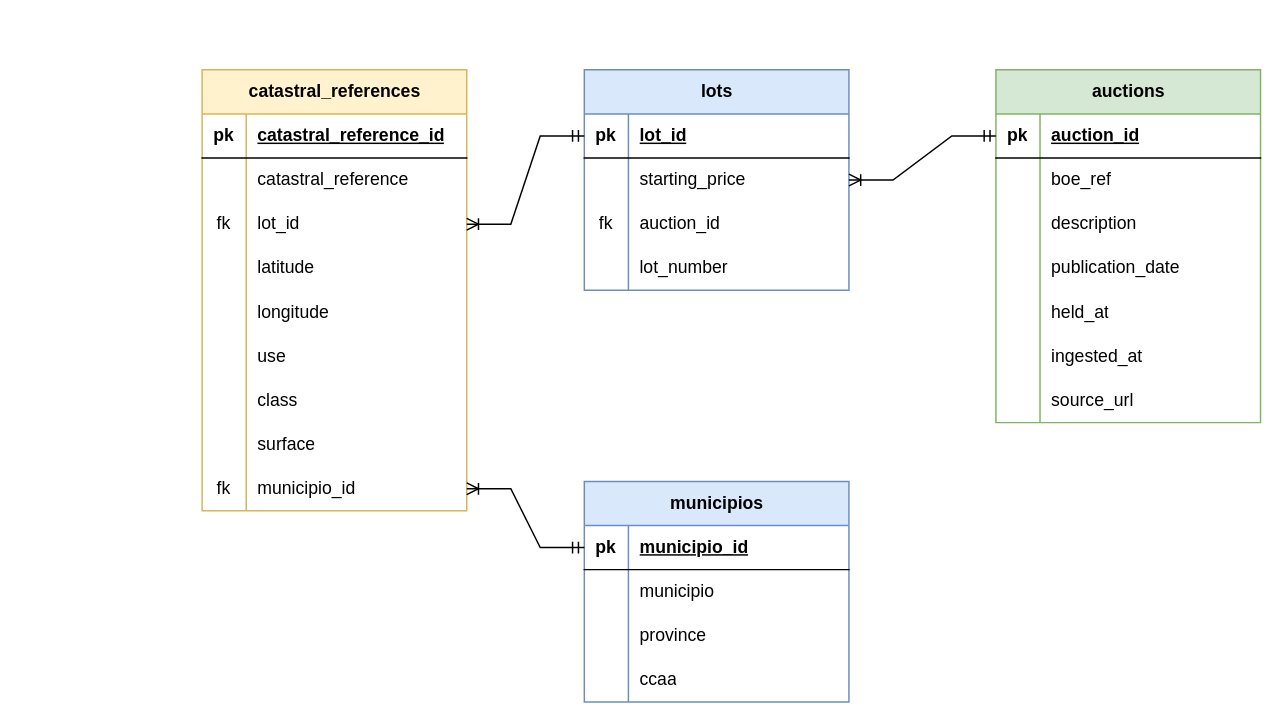
MiguelDonado/subastas_analytics keeps this draw.io diagram as data_modeling/silver/OLTP_E-R.drawio. Above is the earlier version. Source tidied: cells renumbered, new cells numbered last; positions are measured from the earlier drawing's top-left corner, leaving out a move shared by most shapes. Both pictures are drawn from the tidied source at 147%, with x=0, y=0 at pixel (201, 69).
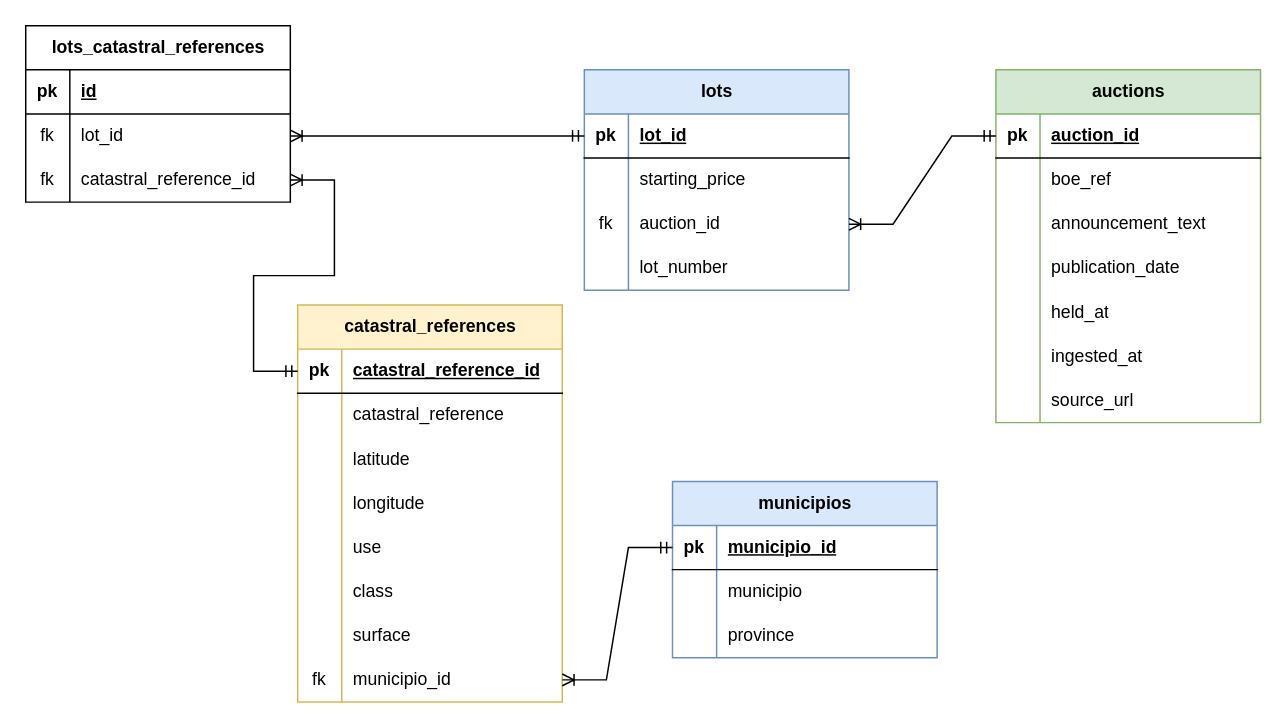
Above is the later version.

Unchanged cells that the change refers to:
```xml
<mxCell id="3" style="shape=tableRow;horizontal=0;startSize=0;swimlaneHead=0;swimlaneBody=0;fillColor=none;points=[[0,0.5],[1,0.5]];portConstraint=eastwest;top=0;left=0;right=0;bottom=1;" parent="2" vertex="1">
  <mxGeometry y="30" width="180" height="30" as="geometry" />
</mxCell>
<mxCell id="9" style="shape=tableRow;horizontal=0;startSize=0;swimlaneHead=0;swimlaneBody=0;fillColor=none;top=0;left=0;right=0;bottom=0;" parent="2" vertex="1">
  <mxGeometry y="90" width="180" height="30" as="geometry" />
</mxCell>
<mxCell id="25" style="shape=tableRow;horizontal=0;startSize=0;swimlaneHead=0;swimlaneBody=0;fillColor=none;points=[[0,0.5],[1,0.5]];portConstraint=eastwest;top=0;left=0;right=0;bottom=1;" parent="24" vertex="1">
  <mxGeometry y="30" width="180" height="30" as="geometry" />
</mxCell>
<mxCell id="28" style="shape=tableRow;horizontal=0;startSize=0;swimlaneHead=0;swimlaneBody=0;fillColor=none;points=[[0,0.5],[1,0.5]];portConstraint=eastwest;top=0;left=0;right=0;bottom=0;" parent="24" vertex="1">
  <mxGeometry y="60" width="180" height="30" as="geometry" />
</mxCell>
<mxCell id="31" style="shape=tableRow;horizontal=0;startSize=0;swimlaneHead=0;swimlaneBody=0;fillColor=none;points=[[0,0.5],[1,0.5]];portConstraint=eastwest;top=0;left=0;right=0;bottom=0;" parent="24" vertex="1">
  <mxGeometry y="90" width="180" height="30" as="geometry" />
</mxCell>
<mxCell id="52" style="shape=tableRow;horizontal=0;startSize=0;swimlaneHead=0;swimlaneBody=0;fillColor=none;points=[[0,0.5],[1,0.5]];portConstraint=eastwest;top=0;left=0;right=0;bottom=1;" parent="51" vertex="1">
  <mxGeometry y="30" width="180" height="30" as="geometry" />
</mxCell>
```

What changed in the source:
```diff
@@
-    <mxCell id="11" value="description" style="shape=partialRectangle;fillColor=none;top=0;left=0;bottom=0;right=0;align=left;spacingLeft=6;overflow=hidden;whiteSpace=wrap;html=1;" parent="9" vertex="1">
+    <mxCell id="11" value="announcement_text" style="shape=partialRectangle;fillColor=none;top=0;left=0;bottom=0;right=0;align=left;spacingLeft=6;overflow=hidden;whiteSpace=wrap;html=1;" parent="9" vertex="1">
       <mxGeometry x="30" width="150" height="30" as="geometry" />
     </mxCell>
@@
-    <mxCell id="37" style="edgeStyle=entityRelationEdgeStyle;fontSize=12;html=1;endArrow=ERoneToMany;startArrow=ERmandOne;rounded=0;defaultLabelBackgroundColor=page;entryX=1;entryY=0.5;entryDx=0;entryDy=0;exitX=0;exitY=0.5;exitDx=0;exitDy=0;" parent="1" edge="1" source="3" target="28">
+    <mxCell id="37" style="edgeStyle=entityRelationEdgeStyle;fontSize=12;html=1;endArrow=ERoneToMany;startArrow=ERmandOne;rounded=0;defaultLabelBackgroundColor=page;entryX=1;entryY=0.5;entryDx=0;entryDy=0;exitX=0;exitY=0.5;exitDx=0;exitDy=0;" parent="1" edge="1" source="3" target="31">
       <mxGeometry x="0.05" relative="1" as="geometry" />
     </mxCell>
     <mxCell id="38" value="municipios" style="shape=table;startSize=30;childLayout=tableLayout;rowLines=0;fontStyle=1;align=center;html=1;fillColor=#dae8fc;strokeColor=#6c8ebf;" parent="1" vertex="1">
-      <mxGeometry x="260" y="280" width="180" height="150" as="geometry" />
+      <mxGeometry x="320" y="280" width="180" height="120" as="geometry" />
     </mxCell>
@@
-    <mxCell id="48" style="shape=tableRow;horizontal=0;startSize=0;swimlaneHead=0;swimlaneBody=0;fillColor=none;top=0;left=0;right=0;bottom=0;" parent="38" vertex="1">
-      <mxGeometry y="120" width="180" height="30" as="geometry" />
-    </mxCell>
-    <mxCell id="49" style="shape=partialRectangle;fillColor=none;top=0;left=0;bottom=0;right=0;overflow=hidden;whiteSpace=wrap;html=1;" parent="48" vertex="1">
-      <mxGeometry width="30" height="30" as="geometry" />
-    </mxCell>
-    <mxCell id="50" value="ccaa" style="shape=partialRectangle;fillColor=none;top=0;left=0;bottom=0;right=0;align=left;spacingLeft=6;overflow=hidden;whiteSpace=wrap;html=1;" parent="48" vertex="1">
-      <mxGeometry x="30" width="150" height="30" as="geometry" />
-    </mxCell>
     <mxCell id="51" value="catastral_references" style="shape=table;startSize=30;childLayout=tableLayout;rowLines=0;fontStyle=1;align=center;html=1;fillColor=#fff2cc;strokeColor=#d6b656;" parent="1" vertex="1">
-      <mxGeometry width="180" height="300" as="geometry" />
+      <mxGeometry x="65" y="160" width="180" height="270" as="geometry" />
     </mxCell>
@@
-    <mxCell id="58" style="shape=tableRow;horizontal=0;startSize=0;swimlaneHead=0;swimlaneBody=0;fillColor=none;points=[[0,0.5],[1,0.5]];portConstraint=eastwest;top=0;left=0;right=0;bottom=0;" parent="51" vertex="1">
-      <mxGeometry y="90" width="180" height="30" as="geometry" />
-    </mxCell>
-    <mxCell id="59" value="fk" style="shape=partialRectangle;fillColor=none;top=0;left=0;bottom=0;right=0;overflow=hidden;whiteSpace=wrap;html=1;" parent="58" vertex="1">
-      <mxGeometry width="30" height="30" as="geometry" />
-    </mxCell>
-    <mxCell id="60" value="lot_id" style="shape=partialRectangle;fillColor=none;top=0;left=0;bottom=0;right=0;align=left;spacingLeft=6;overflow=hidden;whiteSpace=wrap;html=1;" parent="58" vertex="1">
-      <mxGeometry x="30" width="150" height="30" as="geometry" />
-    </mxCell>
     <mxCell id="61" style="shape=tableRow;horizontal=0;startSize=0;swimlaneHead=0;swimlaneBody=0;fillColor=none;top=0;left=0;right=0;bottom=0;" parent="51" vertex="1">
-      <mxGeometry y="120" width="180" height="30" as="geometry" />
+      <mxGeometry y="90" width="180" height="30" as="geometry" />
     </mxCell>
@@
     <mxCell id="64" style="shape=tableRow;horizontal=0;startSize=0;swimlaneHead=0;swimlaneBody=0;fillColor=none;top=0;left=0;right=0;bottom=0;" parent="51" vertex="1">
-      <mxGeometry y="150" width="180" height="30" as="geometry" />
+      <mxGeometry y="120" width="180" height="30" as="geometry" />
     </mxCell>
@@
     <mxCell id="67" style="shape=tableRow;horizontal=0;startSize=0;swimlaneHead=0;swimlaneBody=0;fillColor=none;top=0;left=0;right=0;bottom=0;" parent="51" vertex="1">
-      <mxGeometry y="180" width="180" height="30" as="geometry" />
+      <mxGeometry y="150" width="180" height="30" as="geometry" />
     </mxCell>
@@
     <mxCell id="70" style="shape=tableRow;horizontal=0;startSize=0;swimlaneHead=0;swimlaneBody=0;fillColor=none;top=0;left=0;right=0;bottom=0;" parent="51" vertex="1">
-      <mxGeometry y="210" width="180" height="30" as="geometry" />
+      <mxGeometry y="180" width="180" height="30" as="geometry" />
     </mxCell>
@@
     <mxCell id="73" style="shape=tableRow;horizontal=0;startSize=0;swimlaneHead=0;swimlaneBody=0;fillColor=none;top=0;left=0;right=0;bottom=0;" parent="51" vertex="1">
-      <mxGeometry y="240" width="180" height="30" as="geometry" />
+      <mxGeometry y="210" width="180" height="30" as="geometry" />
     </mxCell>
@@
     <mxCell id="76" style="shape=tableRow;horizontal=0;startSize=0;swimlaneHead=0;swimlaneBody=0;fillColor=none;points=[[0,0.5],[1,0.5]];portConstraint=eastwest;top=0;left=0;right=0;bottom=0;" parent="51" vertex="1">
-      <mxGeometry y="270" width="180" height="30" as="geometry" />
+      <mxGeometry y="240" width="180" height="30" as="geometry" />
     </mxCell>
@@
-    <mxCell id="80" style="edgeStyle=entityRelationEdgeStyle;fontSize=12;html=1;endArrow=ERoneToMany;startArrow=ERmandOne;rounded=0;defaultLabelBackgroundColor=page;exitX=0;exitY=0.5;exitDx=0;exitDy=0;" parent="1" edge="1" source="25" target="58">
+    <mxCell id="80" style="edgeStyle=entityRelationEdgeStyle;fontSize=12;html=1;endArrow=ERoneToMany;startArrow=ERmandOne;rounded=0;defaultLabelBackgroundColor=page;exitX=0;exitY=0.5;exitDx=0;exitDy=0;entryX=1;entryY=0.5;entryDx=0;entryDy=0;" parent="1" edge="1" source="25" target="85">
       <mxGeometry x="0.05" relative="1" as="geometry" />
     </mxCell>
+    <mxCell id="81" value="lots_catastral_references" style="shape=table;startSize=30;childLayout=tableLayout;rowLines=0;fontStyle=1;align=center;html=1;" parent="1" vertex="1">
+      <mxGeometry x="-120" y="-30" width="180" height="120" as="geometry" />
+    </mxCell>
+    <mxCell id="82" style="shape=tableRow;horizontal=0;startSize=0;swimlaneHead=0;swimlaneBody=0;fillColor=none;top=0;left=0;right=0;bottom=1;" parent="81" vertex="1">
+      <mxGeometry y="30" width="180" height="30" as="geometry" />
+    </mxCell>
+    <mxCell id="83" value="pk" style="shape=partialRectangle;fillColor=none;top=0;left=0;bottom=0;right=0;fontStyle=1;overflow=hidden;whiteSpace=wrap;html=1;" parent="82" vertex="1">
+      <mxGeometry width="30" height="30" as="geometry" />
+    </mxCell>
+    <mxCell id="84" value="id" style="shape=partialRectangle;fillColor=none;top=0;left=0;bottom=0;right=0;align=left;spacingLeft=6;fontStyle=5;overflow=hidden;whiteSpace=wrap;html=1;" parent="82" vertex="1">
+      <mxGeometry x="30" width="150" height="30" as="geometry" />
+    </mxCell>
+    <mxCell id="85" style="shape=tableRow;horizontal=0;startSize=0;swimlaneHead=0;swimlaneBody=0;fillColor=none;points=[[0,0.5],[1,0.5]];portConstraint=eastwest;top=0;left=0;right=0;bottom=0;" parent="81" vertex="1">
+      <mxGeometry y="60" width="180" height="30" as="geometry" />
+    </mxCell>
+    <mxCell id="86" value="fk" style="shape=partialRectangle;fillColor=none;top=0;left=0;bottom=0;right=0;overflow=hidden;whiteSpace=wrap;html=1;" parent="85" vertex="1">
+      <mxGeometry width="30" height="30" as="geometry" />
+    </mxCell>
+    <mxCell id="60" value="lot_id" style="shape=partialRectangle;fillColor=none;top=0;left=0;bottom=0;right=0;align=left;spacingLeft=6;overflow=hidden;whiteSpace=wrap;html=1;" parent="85" vertex="1">
+      <mxGeometry x="30" width="150" height="30" as="geometry" />
+    </mxCell>
+    <mxCell id="58" style="shape=tableRow;horizontal=0;startSize=0;swimlaneHead=0;swimlaneBody=0;fillColor=none;points=[[0,0.5],[1,0.5]];portConstraint=eastwest;top=0;left=0;right=0;bottom=0;" parent="81" vertex="1">
+      <mxGeometry y="90" width="180" height="30" as="geometry" />
+    </mxCell>
+    <mxCell id="87" value="fk" style="shape=partialRectangle;fillColor=none;top=0;left=0;bottom=0;right=0;overflow=hidden;whiteSpace=wrap;html=1;" parent="58" vertex="1">
+      <mxGeometry width="30" height="30" as="geometry" />
+    </mxCell>
+    <mxCell id="88" value="catastral_reference_id" style="shape=partialRectangle;fillColor=none;top=0;left=0;bottom=0;right=0;align=left;spacingLeft=6;overflow=hidden;whiteSpace=wrap;html=1;" parent="58" vertex="1">
+      <mxGeometry x="30" width="150" height="30" as="geometry" />
+    </mxCell>
+    <mxCell id="89" style="edgeStyle=entityRelationEdgeStyle;fontSize=12;html=1;endArrow=ERoneToMany;startArrow=ERmandOne;rounded=0;defaultLabelBackgroundColor=page;entryX=1;entryY=0.5;entryDx=0;entryDy=0;exitX=0;exitY=0.5;exitDx=0;exitDy=0;" parent="1" edge="1" source="52" target="58">
+      <mxGeometry x="0.05" relative="1" as="geometry" />
+    </mxCell>
```
